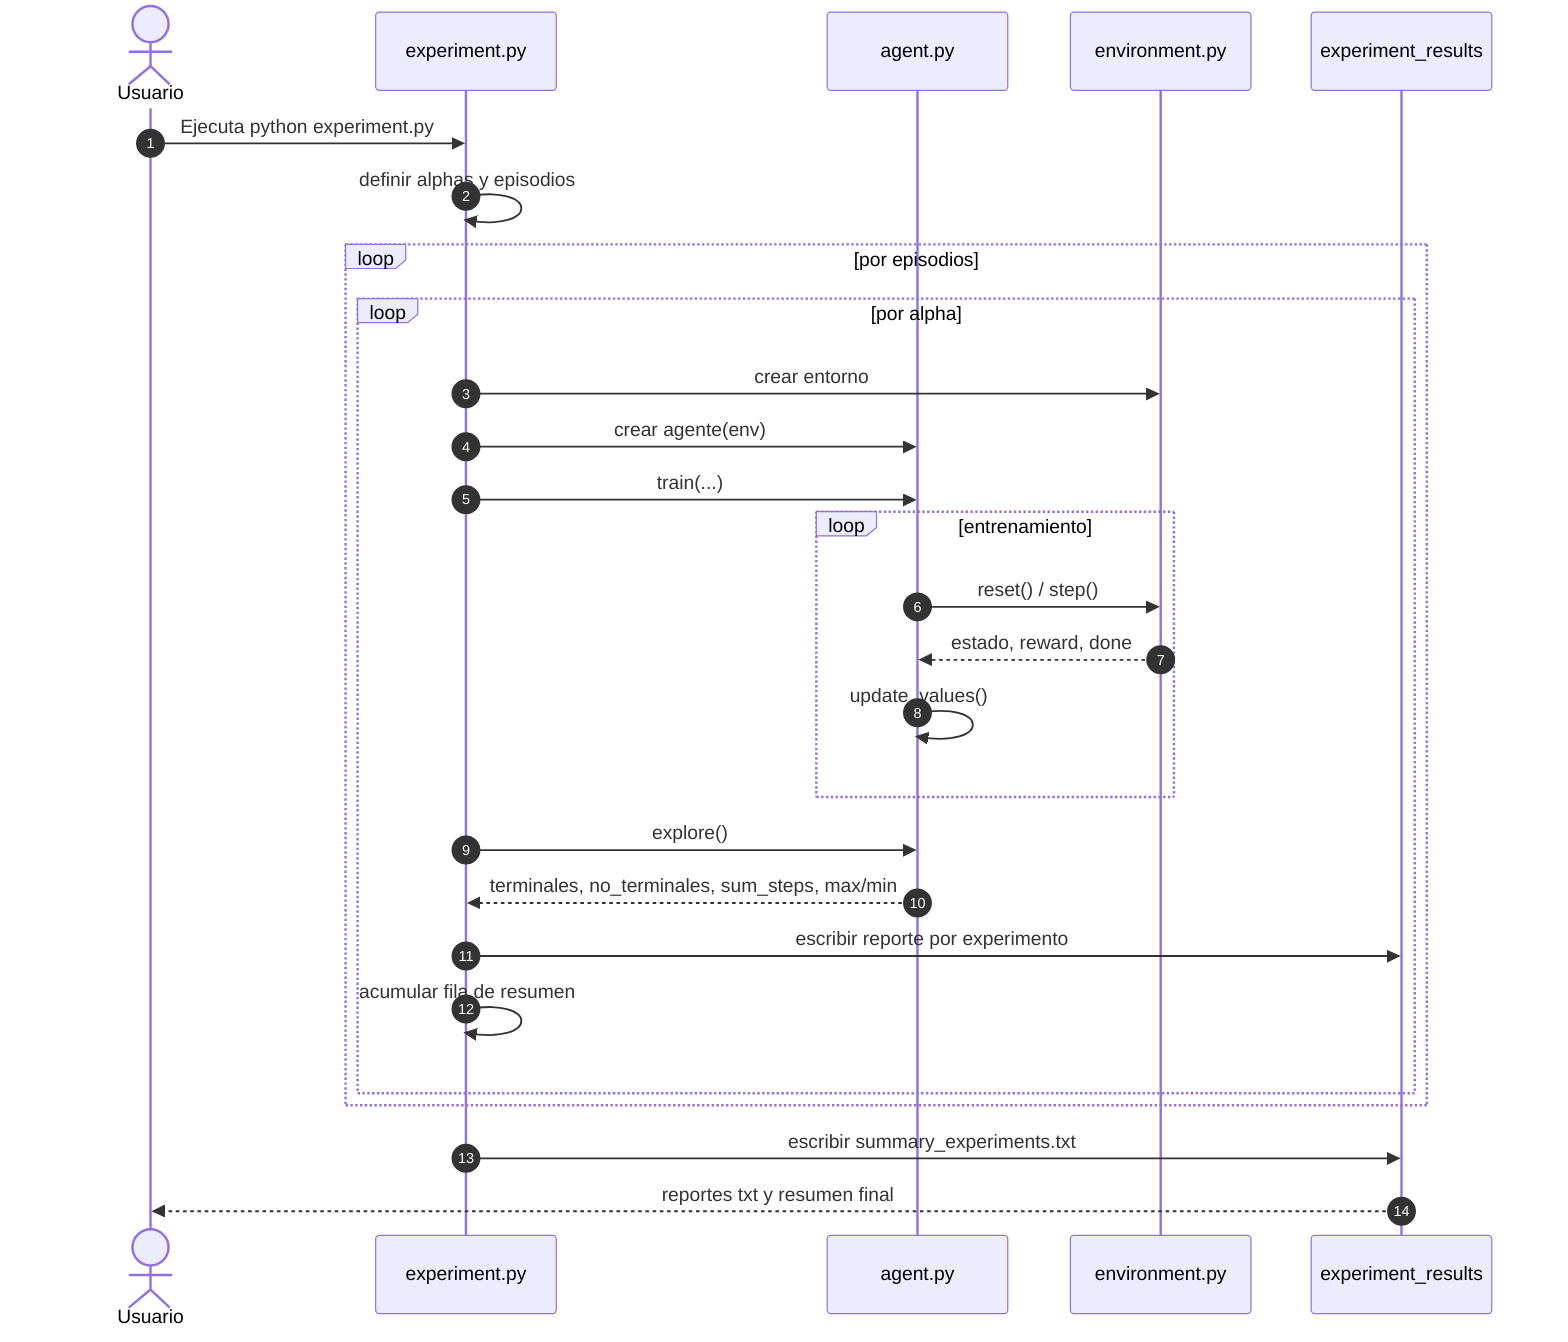
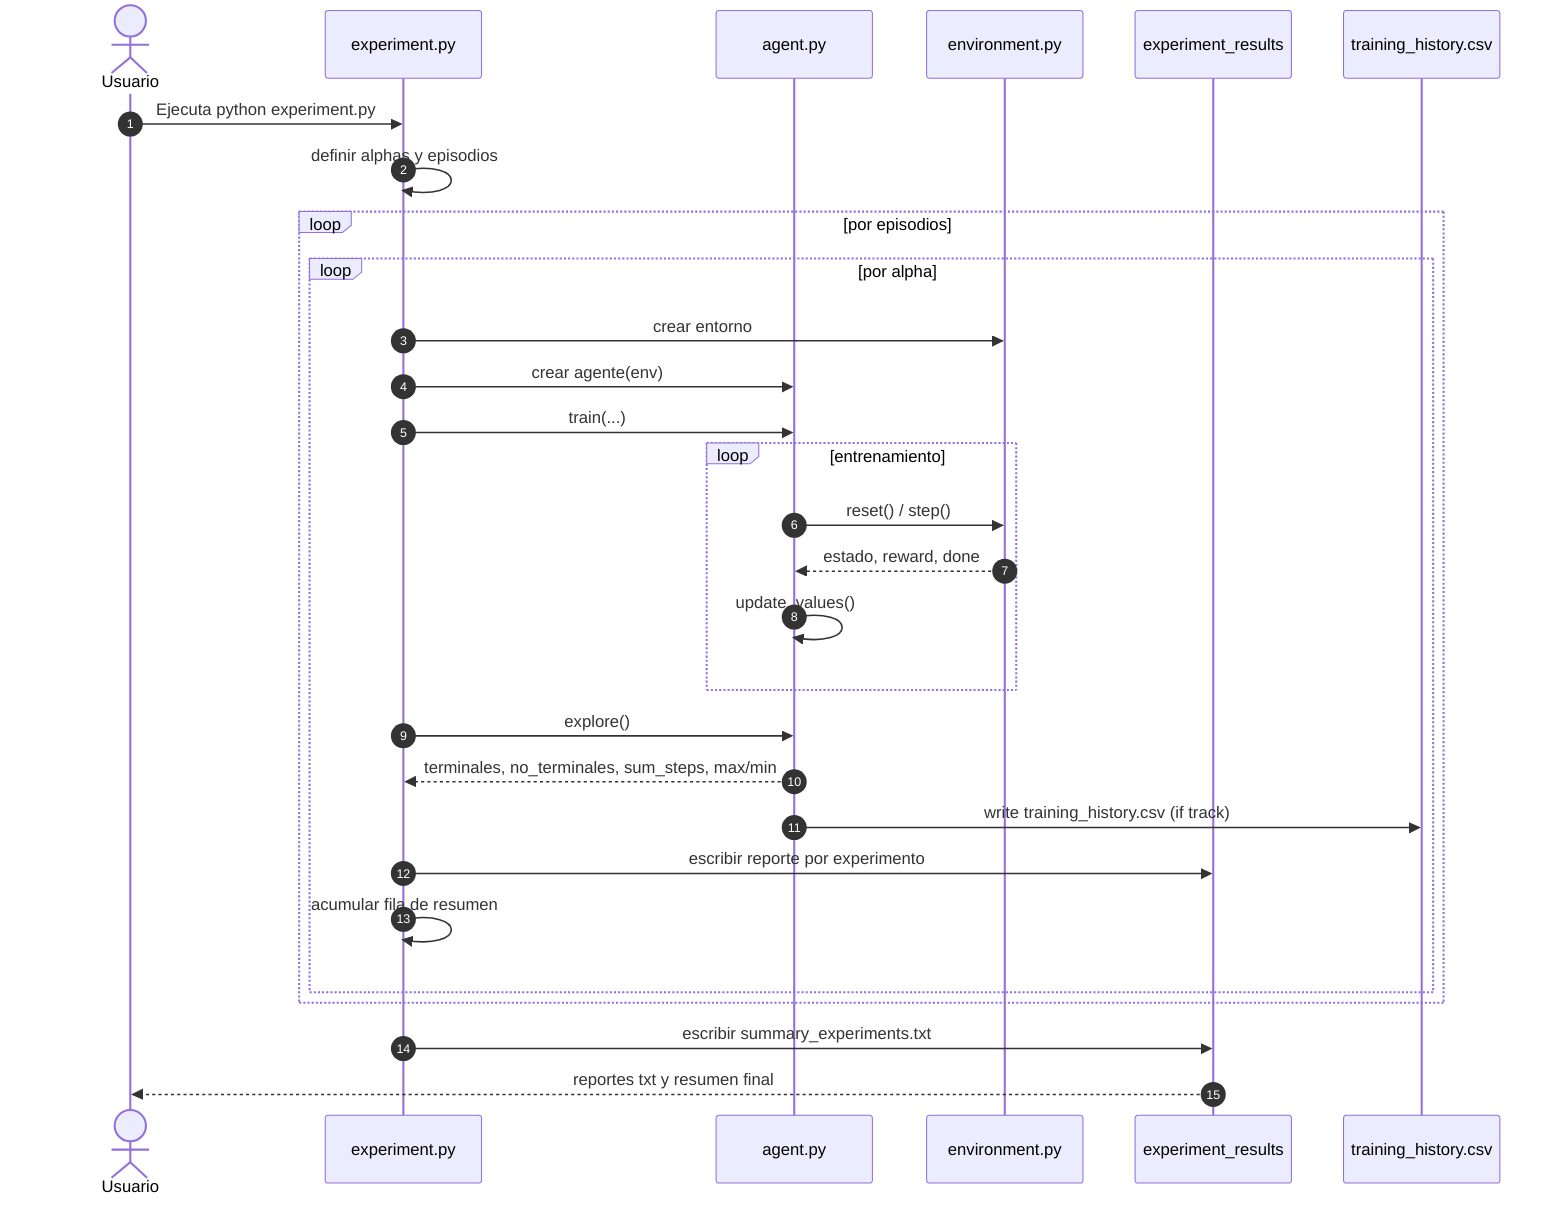
sequenceDiagram
    autonumber
    actor Usuario
    participant exp as experiment.py
    participant agent as agent.py
    participant env as environment.py
    participant rep as experiment_results
+     participant history as training_history.csv

    Usuario->>exp: Ejecuta python experiment.py
    exp->>exp: definir alphas y episodios
    loop por episodios
        loop por alpha
            exp->>env: crear entorno
            exp->>agent: crear agente(env)
            exp->>agent: train(...)
            loop entrenamiento
                agent->>env: reset() / step()
                env-->>agent: estado, reward, done
                agent->>agent: update_values()
            end
            exp->>agent: explore()
            agent-->>exp: terminales, no_terminales, sum_steps, max/min
+             agent->>history: write training_history.csv (if track)
            exp->>rep: escribir reporte por experimento
            exp->>exp: acumular fila de resumen
        end
    end
    exp->>rep: escribir summary_experiments.txt
    rep-->>Usuario: reportes txt y resumen final
